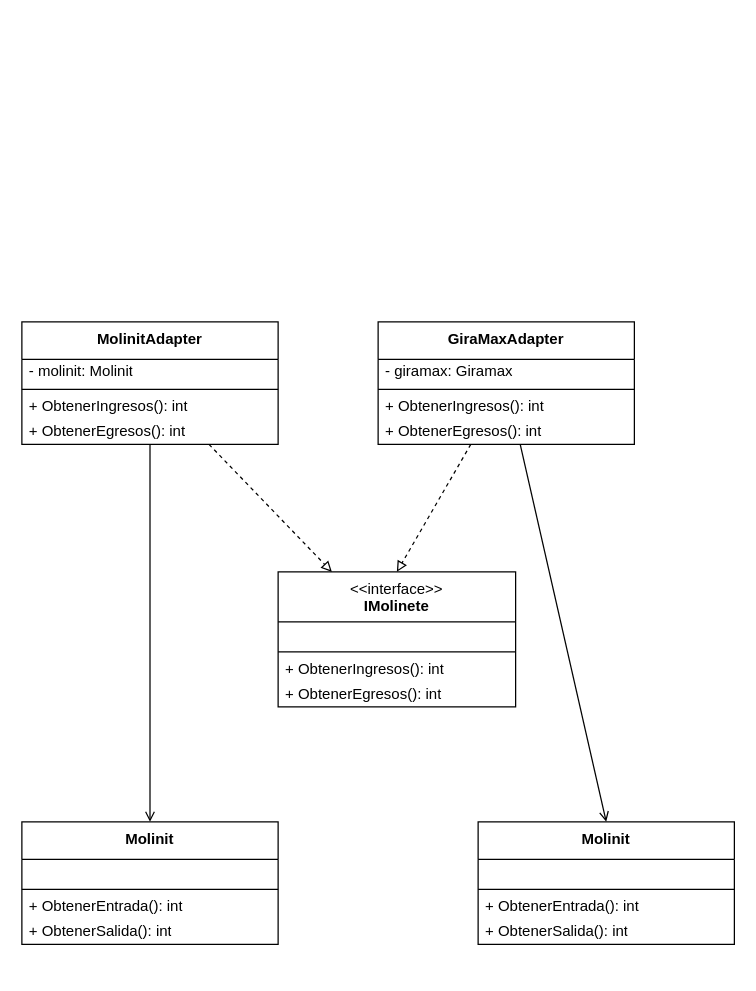
The draw.io diagram src/Guia01/EJ24/EJ24.dio in gastonjavierricchiardi/ejercicios-csharp-utn-2026, before the edit. Source tidied: cells renumbered, new cells numbered last; positions are measured from the earlier drawing's top-left corner, leaving out a move shared by most shapes. Both pictures are drawn from the tidied source at 125%, with x=0, y=0 at pixel (21, 321).
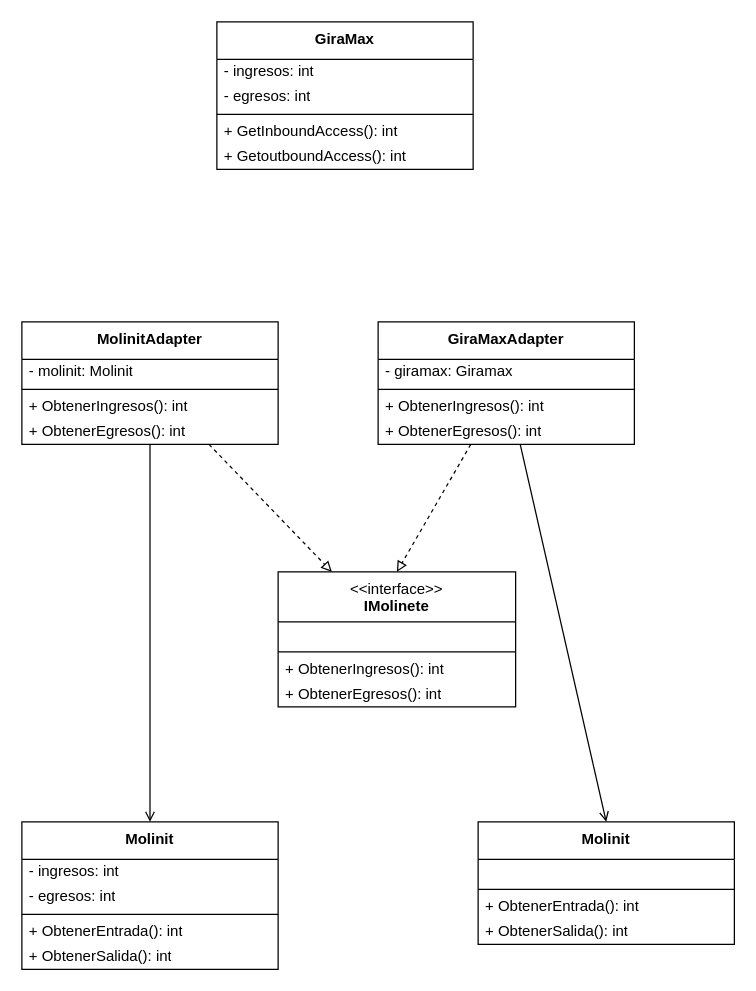
The same page after the edit.

The edit, as a diff of the source:
```diff
@@
     <mxCell id="21" value="&lt;b&gt;Molinit&lt;/b&gt;" style="swimlane;fontStyle=0;align=center;verticalAlign=top;horizontal=1;startSize=30;html=1;whiteSpace=wrap;" parent="1" vertex="1">
-      <mxGeometry y="400" width="205" height="98" as="geometry" />
+      <mxGeometry y="400" width="205" height="118" as="geometry" />
     </mxCell>
-    <mxCell id="22" value="&amp;nbsp;" style="text;html=1;strokeColor=none;fillColor=none;align=left;verticalAlign=middle;spacingLeft=4;spacingRight=4;overflow=hidden;whiteSpace=wrap;" parent="21" vertex="1">
+    <mxCell id="22" value="- ingresos: int" style="text;html=1;strokeColor=none;fillColor=none;align=left;verticalAlign=middle;spacingLeft=4;spacingRight=4;overflow=hidden;whiteSpace=wrap;" parent="21" vertex="1">
       <mxGeometry y="30" width="205" height="20" as="geometry" />
     </mxCell>
+    <mxCell id="31" value="- egresos: int" style="text;html=1;strokeColor=none;fillColor=none;align=left;verticalAlign=middle;spacingLeft=4;spacingRight=4;overflow=hidden;whiteSpace=wrap;" parent="21" vertex="1">
+      <mxGeometry y="50" width="205" height="20" as="geometry" />
+    </mxCell>
     <mxCell id="23" style="line;strokeWidth=1;fillColor=none;align=left;verticalAlign=middle;spacingTop=-1;spacingLeft=3;spacingRight=3;labelPosition=right;" parent="21" vertex="1">
-      <mxGeometry y="50" width="205" height="8" as="geometry" />
+      <mxGeometry y="70" width="205" height="8" as="geometry" />
     </mxCell>
     <mxCell id="24" value="+ ObtenerEntrada(): int" style="text;html=1;strokeColor=none;fillColor=none;align=left;verticalAlign=middle;spacingLeft=4;spacingRight=4;overflow=hidden;whiteSpace=wrap;" parent="21" vertex="1">
-      <mxGeometry y="58" width="205" height="20" as="geometry" />
+      <mxGeometry y="78" width="205" height="20" as="geometry" />
     </mxCell>
     <mxCell id="25" value="+ ObtenerSalida(): int" style="text;html=1;strokeColor=none;fillColor=none;align=left;verticalAlign=middle;spacingLeft=4;spacingRight=4;overflow=hidden;whiteSpace=wrap;" parent="21" vertex="1">
-      <mxGeometry y="78" width="205" height="20" as="geometry" />
+      <mxGeometry y="98" width="205" height="20" as="geometry" />
     </mxCell>
@@
+    <mxCell id="32" value="&lt;b&gt;GiraMax&lt;/b&gt;" style="swimlane;fontStyle=0;align=center;verticalAlign=top;horizontal=1;startSize=30;html=1;whiteSpace=wrap;" parent="1" vertex="1">
+      <mxGeometry x="156" y="-240" width="205" height="118" as="geometry" />
+    </mxCell>
+    <mxCell id="33" value="- ingresos: int" style="text;html=1;strokeColor=none;fillColor=none;align=left;verticalAlign=middle;spacingLeft=4;spacingRight=4;overflow=hidden;whiteSpace=wrap;" parent="32" vertex="1">
+      <mxGeometry y="30" width="205" height="20" as="geometry" />
+    </mxCell>
+    <mxCell id="34" value="- egresos: int" style="text;html=1;strokeColor=none;fillColor=none;align=left;verticalAlign=middle;spacingLeft=4;spacingRight=4;overflow=hidden;whiteSpace=wrap;" parent="32" vertex="1">
+      <mxGeometry y="50" width="205" height="20" as="geometry" />
+    </mxCell>
+    <mxCell id="35" style="line;strokeWidth=1;fillColor=none;align=left;verticalAlign=middle;spacingTop=-1;spacingLeft=3;spacingRight=3;labelPosition=right;" parent="32" vertex="1">
+      <mxGeometry y="70" width="205" height="8" as="geometry" />
+    </mxCell>
+    <mxCell id="36" value="+ GetInboundAccess(): int" style="text;html=1;strokeColor=none;fillColor=none;align=left;verticalAlign=middle;spacingLeft=4;spacingRight=4;overflow=hidden;whiteSpace=wrap;" parent="32" vertex="1">
+      <mxGeometry y="78" width="205" height="20" as="geometry" />
+    </mxCell>
+    <mxCell id="37" value="+ GetoutboundAccess(): int" style="text;html=1;strokeColor=none;fillColor=none;align=left;verticalAlign=middle;spacingLeft=4;spacingRight=4;overflow=hidden;whiteSpace=wrap;" parent="32" vertex="1">
+      <mxGeometry y="98" width="205" height="20" as="geometry" />
+    </mxCell>
```
